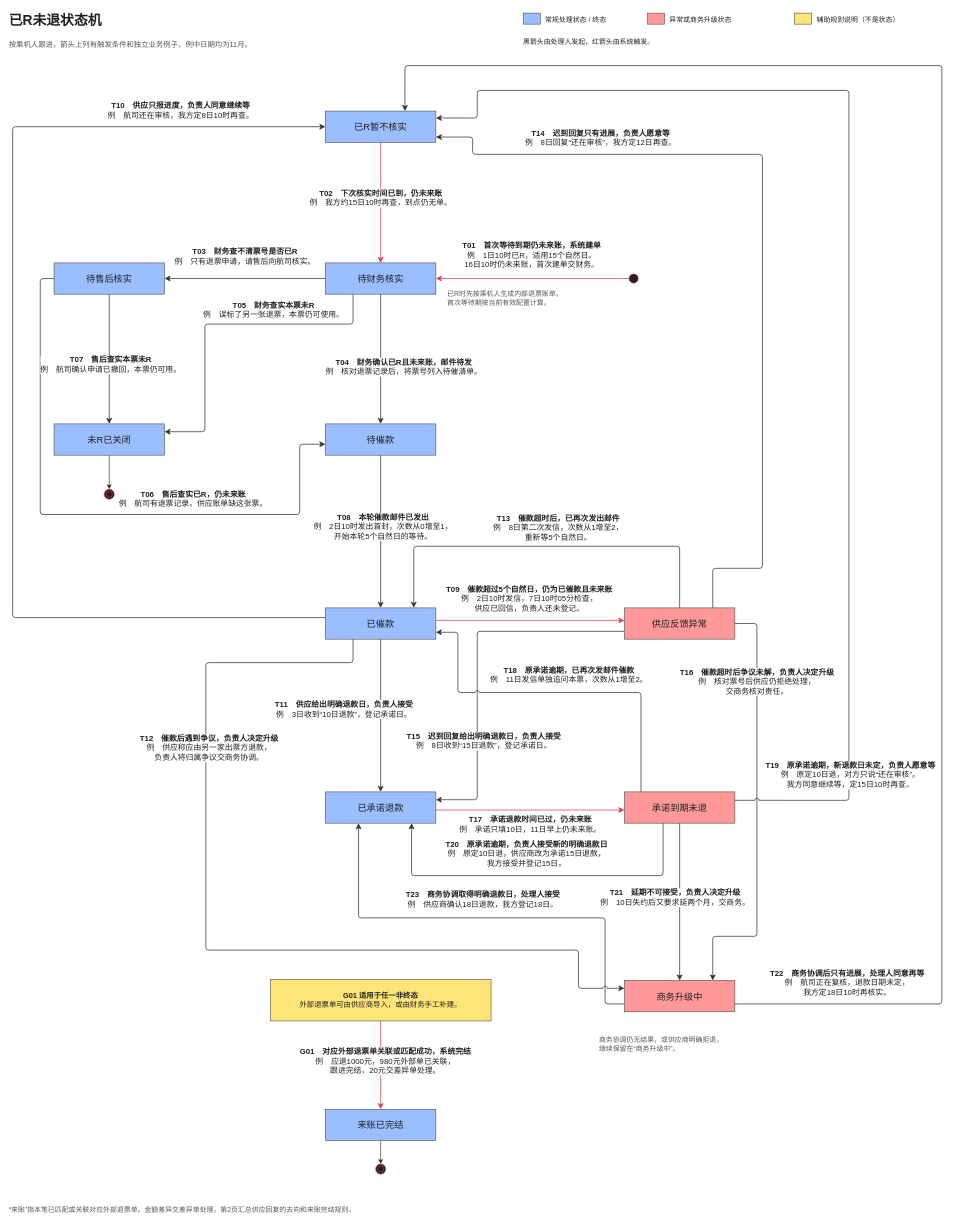
Before: page "01 主状态机与超时处理" (1 of 2) of 已R未退/已R未退状态机.drawio in luojj99/AI-NATIVE-SDLC, a draw.io diagram. Source tidied: cells renumbered, new cells numbered last; positions are measured from the earlier drawing's top-left corner, leaving out a move shared by most shapes. Both pictures are drawn from the tidied source at 46%, with x=0, y=0 at pixel (9, 8).
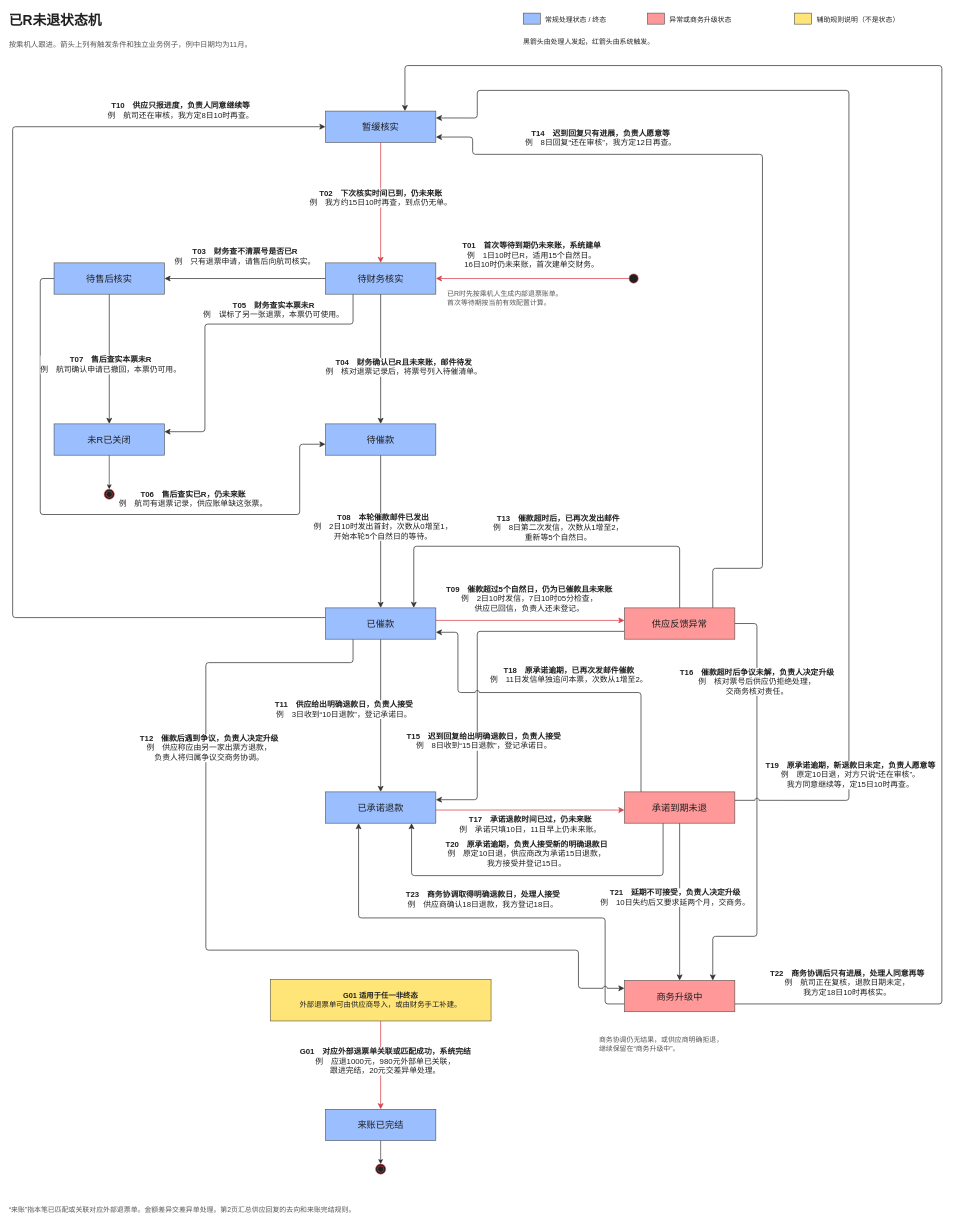
After the change.

What changed in the source:
```diff
@@
-    <mxCell id="38" value="已R暂不核实" style="rounded=0;whiteSpace=wrap;html=1;fillColor=#9BBEFF;strokeColor=#424242;strokeWidth=1.2;fontColor=#202020;fontFamily=Microsoft YaHei;fontSize=20;spacing=8;" parent="1" vertex="1">
+    <mxCell id="38" value="暂缓核实" style="rounded=0;whiteSpace=wrap;html=1;fillColor=#9BBEFF;strokeColor=#424242;strokeWidth=1.2;fontColor=#202020;fontFamily=Microsoft YaHei;fontSize=20;spacing=8;" parent="1" vertex="1">
       <mxGeometry x="688" y="224" width="240" height="68" as="geometry" />
     </mxCell>
```
